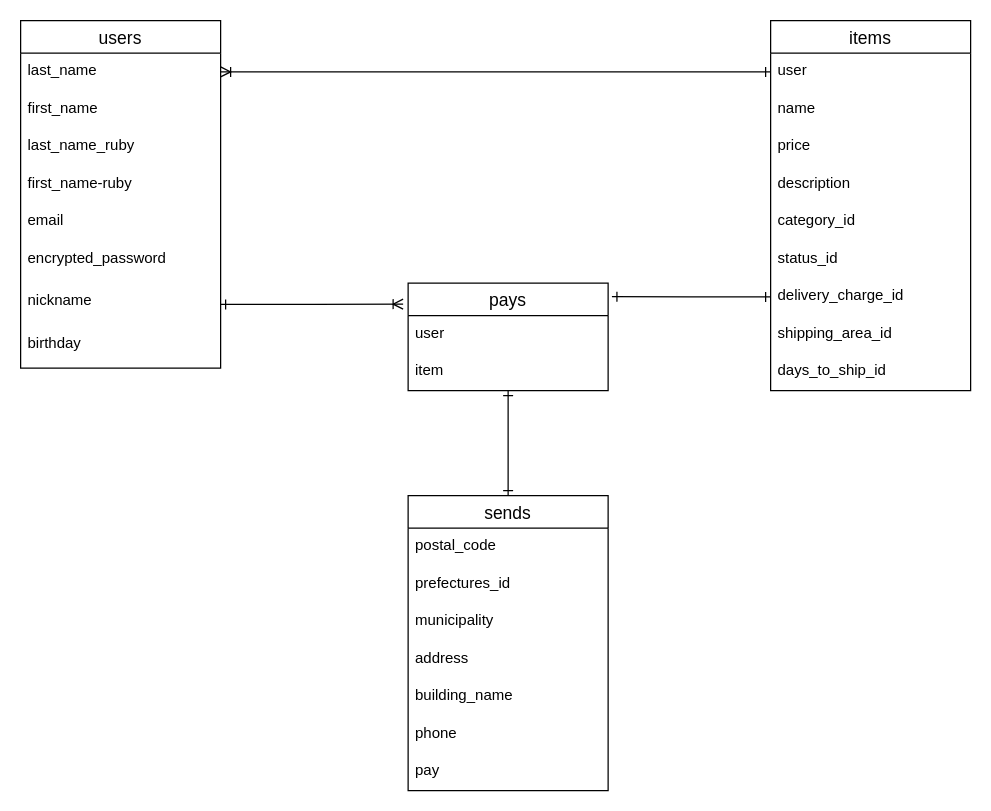
This is furima.dio from 0925Daiki/furima-35540, a draw.io file, before an edit. Source tidied: cells renumbered, new cells numbered last; positions are measured from the earlier drawing's top-left corner, leaving out a move shared by most shapes. Both pictures are drawn from the tidied source at 125%, with x=0, y=0 at pixel (20, 20).
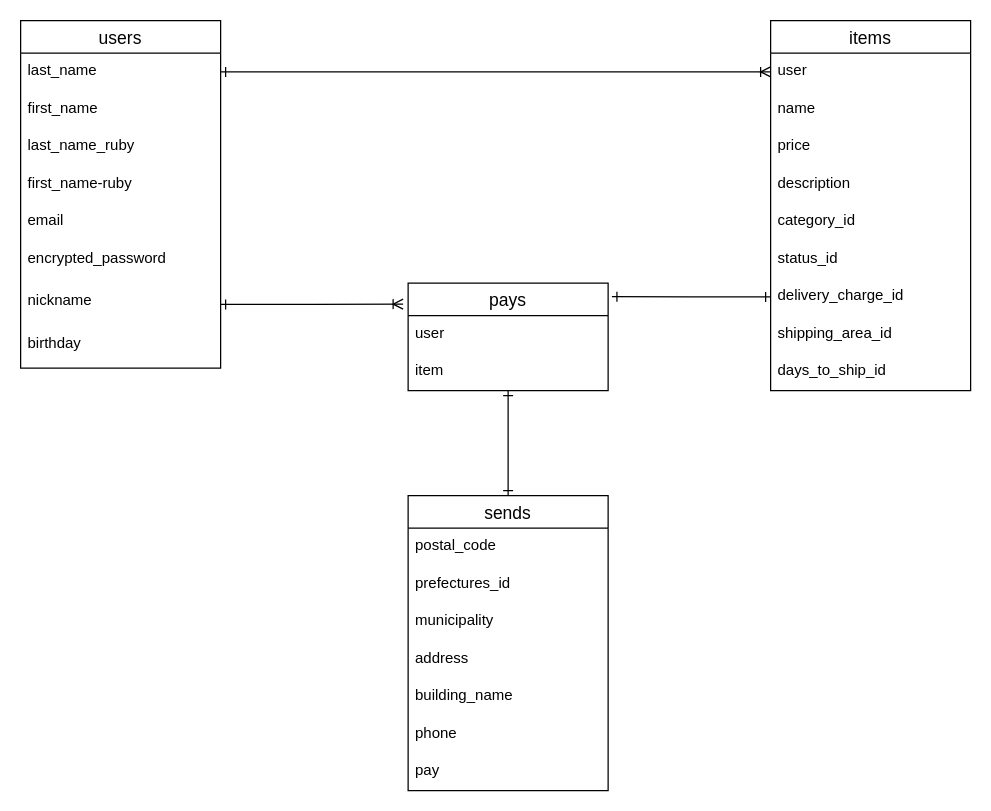
Above is the later version.

Commit message (it also covers changes not shown here):
データベース設計　修正⑤

Unchanged cells that the change refers to:
```xml
<mxCell id="3" value="last_name" style="text;strokeColor=none;fillColor=none;spacingLeft=4;spacingRight=4;overflow=hidden;points=[[0,0.5],[1,0.5]];portConstraint=eastwest;fontSize=12;" parent="2" vertex="1">
  <mxGeometry y="26" width="160" height="30" as="geometry" />
</mxCell>
<mxCell id="12" value="user" style="text;strokeColor=none;fillColor=none;spacingLeft=4;spacingRight=4;overflow=hidden;points=[[0,0.5],[1,0.5]];portConstraint=eastwest;fontSize=12;" parent="11" vertex="1">
  <mxGeometry y="26" width="160" height="30" as="geometry" />
</mxCell>
```

Change to the diagram source:
```diff
@@
-    <mxCell id="33" style="edgeStyle=orthogonalEdgeStyle;rounded=0;jettySize=auto;html=1;exitX=0;exitY=0.5;exitDx=0;exitDy=0;entryX=1;entryY=0.5;entryDx=0;entryDy=0;startArrow=ERone;startFill=0;endArrow=ERoneToMany;endFill=0;" parent="1" edge="1" source="12" target="3">
+    <mxCell id="33" style="edgeStyle=orthogonalEdgeStyle;rounded=0;jettySize=auto;html=1;exitX=0;exitY=0.5;exitDx=0;exitDy=0;entryX=1;entryY=0.5;entryDx=0;entryDy=0;startArrow=ERoneToMany;startFill=0;endArrow=ERone;endFill=0;" parent="1" edge="1" source="12" target="3">
       <mxGeometry relative="1" as="geometry" />
     </mxCell>
```
